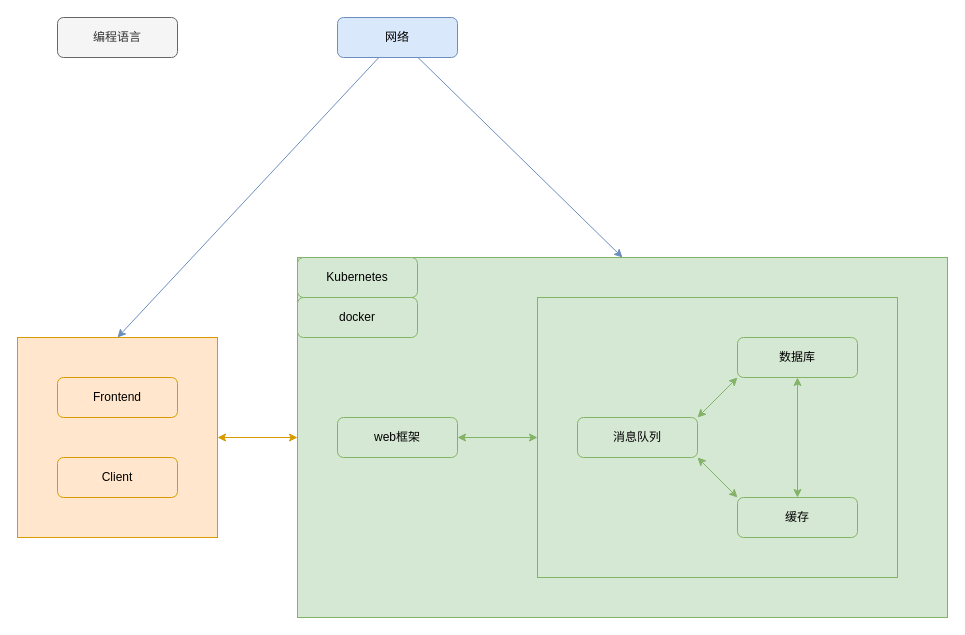
Before: technology.drawio in zjtone/RL-Note, a draw.io diagram. Source tidied: cells renumbered, new cells numbered last; positions are measured from the earlier drawing's top-left corner, leaving out a move shared by most shapes. Both pictures are drawn from the tidied source at 100%, with x=0, y=0 at pixel (17, 17).
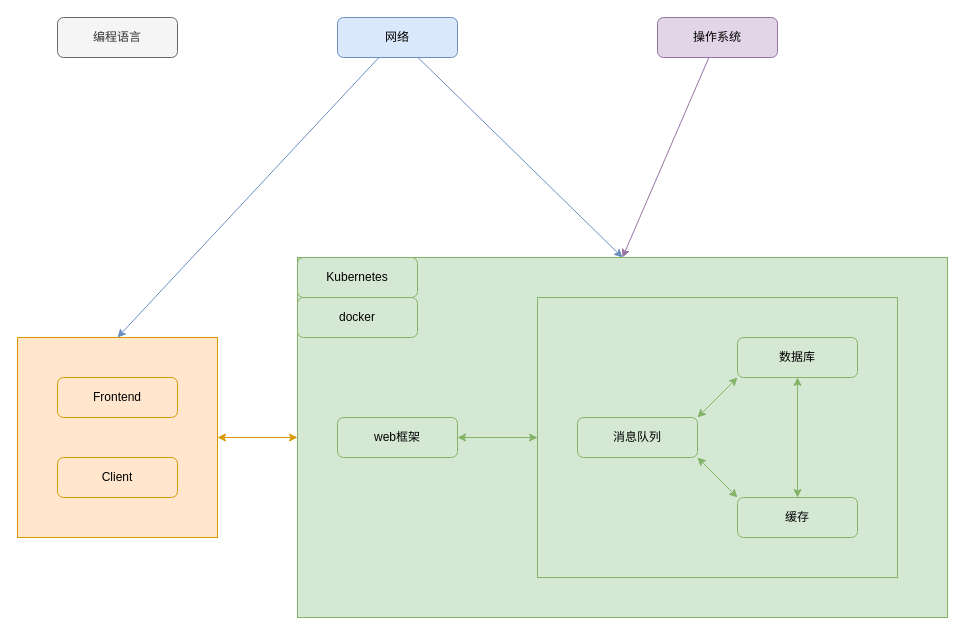
After the change.

The change refers to these unchanged cells:
```xml
<mxCell id="2" style="rounded=0;whiteSpace=wrap;html=1;fillColor=#d5e8d4;strokeColor=#82b366;" parent="1" vertex="1">
  <mxGeometry x="280" y="240" width="650" height="360" as="geometry" />
</mxCell>
```

Change to the diagram source:
```diff
@@
+    <mxCell id="22" style="edgeStyle=none;rounded=0;jettySize=auto;html=1;entryX=0.5;entryY=0;entryDx=0;entryDy=0;startArrow=none;startFill=0;fontColor=#FFFFFF;fillColor=#e1d5e7;strokeColor=#9673a6;" parent="1" edge="1" source="23" target="2">
+      <mxGeometry relative="1" as="geometry" />
+    </mxCell>
+    <mxCell id="23" value="操作系统" style="rounded=1;whiteSpace=wrap;html=1;fillColor=#e1d5e7;strokeColor=#9673a6;" parent="1" vertex="1">
+      <mxGeometry x="640" width="120" height="40" as="geometry" />
+    </mxCell>
```
